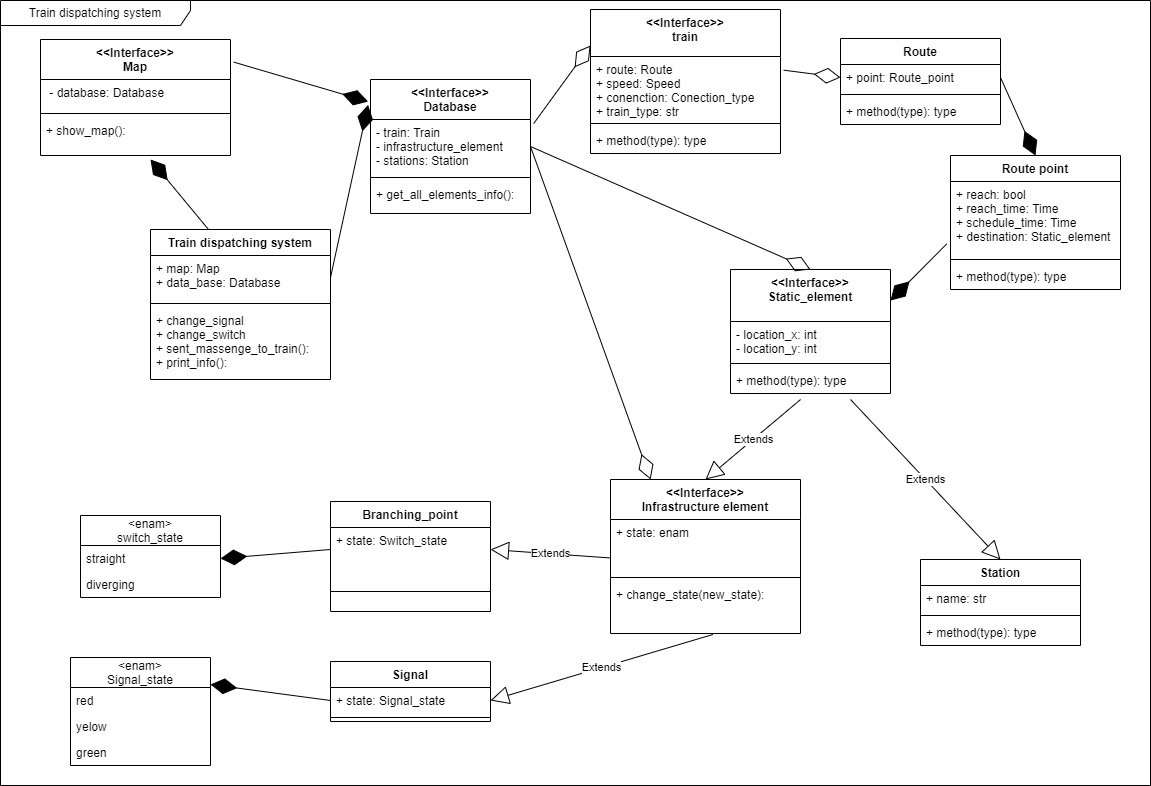
Earlier version of the draw.io export Система диспечеризації потягів-Page-3.drawio.png (IcePhoenix09/Lab). Source tidied: cells renumbered, new cells last; positions are measured from the earlier drawing's top-left corner, leaving out a move shared by most shapes.
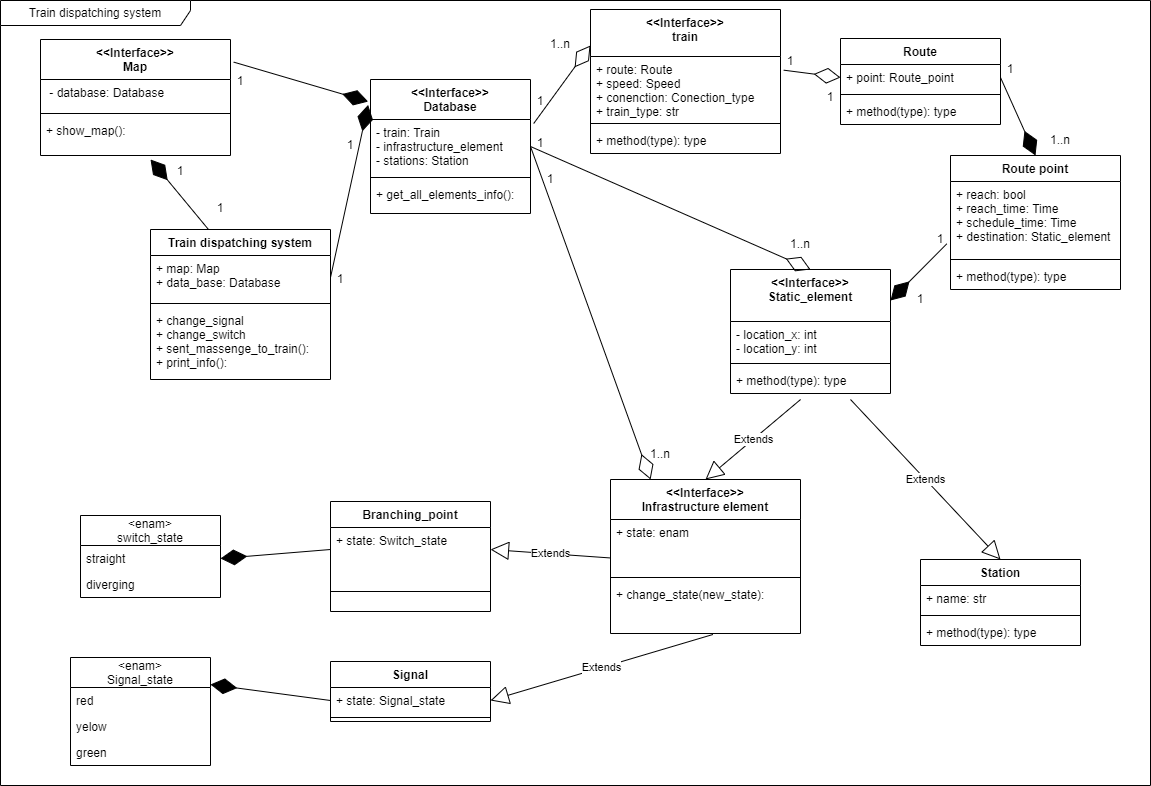
The same file after the commit.

The edit, as a diff of the source:
```diff
@@ -197,5 +197,56 @@
     <mxCell id="66" style="endArrow=diamondThin;endFill=0;endSize=24;html=1;rounded=0;exitX=1;exitY=0.5;exitDx=0;exitDy=0;entryX=0.5;entryY=0;entryDx=0;entryDy=0;" parent="1" edge="1" source="34" target="48">
       <mxGeometry relative="1" as="geometry" />
     </mxCell>
+    <mxCell id="67" value="1" style="text;html=1;strokeColor=none;fillColor=none;align=center;verticalAlign=middle;whiteSpace=wrap;rounded=0;" parent="1" vertex="1">
+      <mxGeometry x="170" y="162" width="20" height="17" as="geometry" />
+    </mxCell>
+    <mxCell id="68" value="1" style="text;html=1;strokeColor=none;fillColor=none;align=center;verticalAlign=middle;whiteSpace=wrap;rounded=0;" parent="1" vertex="1">
+      <mxGeometry x="210" y="199" width="20" height="17" as="geometry" />
+    </mxCell>
+    <mxCell id="69" value="1" style="text;html=1;strokeColor=none;fillColor=none;align=center;verticalAlign=middle;whiteSpace=wrap;rounded=0;" parent="1" vertex="1">
+      <mxGeometry x="330" y="269" width="20" height="20" as="geometry" />
+    </mxCell>
+    <mxCell id="70" value="1" style="text;html=1;strokeColor=none;fillColor=none;align=center;verticalAlign=middle;whiteSpace=wrap;rounded=0;" parent="1" vertex="1">
+      <mxGeometry x="340" y="135" width="20" height="20" as="geometry" />
+    </mxCell>
+    <mxCell id="71" value="1" style="text;html=1;strokeColor=none;fillColor=none;align=center;verticalAlign=middle;whiteSpace=wrap;rounded=0;" parent="1" vertex="1">
+      <mxGeometry x="230" y="71" width="20" height="20" as="geometry" />
+    </mxCell>
+    <mxCell id="72" value="1" style="text;html=1;strokeColor=none;fillColor=none;align=center;verticalAlign=middle;whiteSpace=wrap;rounded=0;" parent="1" vertex="1">
+      <mxGeometry x="530" y="91" width="20" height="20" as="geometry" />
+    </mxCell>
+    <mxCell id="73" value="1..n" style="text;html=1;strokeColor=none;fillColor=none;align=center;verticalAlign=middle;whiteSpace=wrap;rounded=0;" parent="1" vertex="1">
+      <mxGeometry x="530" y="29" width="60" height="30" as="geometry" />
+    </mxCell>
+    <mxCell id="74" value="1" style="text;html=1;strokeColor=none;fillColor=none;align=center;verticalAlign=middle;whiteSpace=wrap;rounded=0;" parent="1" vertex="1">
+      <mxGeometry x="780" y="51" width="20" height="20" as="geometry" />
+    </mxCell>
+    <mxCell id="75" value="1" style="text;html=1;strokeColor=none;fillColor=none;align=center;verticalAlign=middle;whiteSpace=wrap;rounded=0;" parent="1" vertex="1">
+      <mxGeometry x="820" y="87" width="20" height="20" as="geometry" />
+    </mxCell>
+    <mxCell id="76" value="1" style="text;html=1;strokeColor=none;fillColor=none;align=center;verticalAlign=middle;whiteSpace=wrap;rounded=0;" parent="1" vertex="1">
+      <mxGeometry x="1000" y="59" width="20" height="20" as="geometry" />
+    </mxCell>
+    <mxCell id="77" value="1..n" style="text;html=1;strokeColor=none;fillColor=none;align=center;verticalAlign=middle;whiteSpace=wrap;rounded=0;" parent="1" vertex="1">
+      <mxGeometry x="1030" y="125" width="60" height="30" as="geometry" />
+    </mxCell>
+    <mxCell id="78" value="1" style="text;html=1;strokeColor=none;fillColor=none;align=center;verticalAlign=middle;whiteSpace=wrap;rounded=0;" parent="1" vertex="1">
+      <mxGeometry x="930" y="229" width="20" height="20" as="geometry" />
+    </mxCell>
+    <mxCell id="79" value="1" style="text;html=1;strokeColor=none;fillColor=none;align=center;verticalAlign=middle;whiteSpace=wrap;rounded=0;" parent="1" vertex="1">
+      <mxGeometry x="910" y="289" width="20" height="20" as="geometry" />
+    </mxCell>
+    <mxCell id="80" value="1" style="text;html=1;strokeColor=none;fillColor=none;align=center;verticalAlign=middle;whiteSpace=wrap;rounded=0;" parent="1" vertex="1">
+      <mxGeometry x="530" y="133" width="20" height="20" as="geometry" />
+    </mxCell>
+    <mxCell id="81" value="1..n" style="text;html=1;strokeColor=none;fillColor=none;align=center;verticalAlign=middle;whiteSpace=wrap;rounded=0;" parent="1" vertex="1">
+      <mxGeometry x="770" y="229" width="60" height="30" as="geometry" />
+    </mxCell>
+    <mxCell id="82" value="1" style="text;html=1;strokeColor=none;fillColor=none;align=center;verticalAlign=middle;whiteSpace=wrap;rounded=0;" parent="1" vertex="1">
+      <mxGeometry x="540" y="169" width="20" height="20" as="geometry" />
+    </mxCell>
+    <mxCell id="83" value="1..n" style="text;html=1;strokeColor=none;fillColor=none;align=center;verticalAlign=middle;whiteSpace=wrap;rounded=0;" parent="1" vertex="1">
+      <mxGeometry x="630" y="439" width="60" height="30" as="geometry" />
+    </mxCell>
   </root>
 </mxGraphModel>
```
